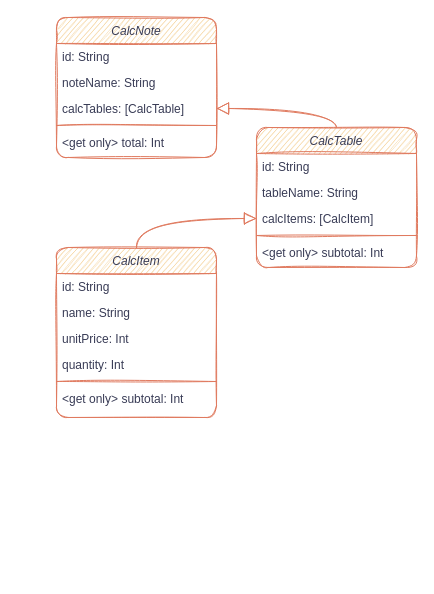
Above: UML_for_SumCalculator.drawio in terry-private/SumCalculator (draw.io), before the change. Source tidied: cells renumbered, new cells numbered last; positions are measured from the earlier drawing's top-left corner, leaving out a move shared by most shapes. Both pictures are drawn from the tidied source at 100%, with x=0, y=0 at pixel (56, 17).
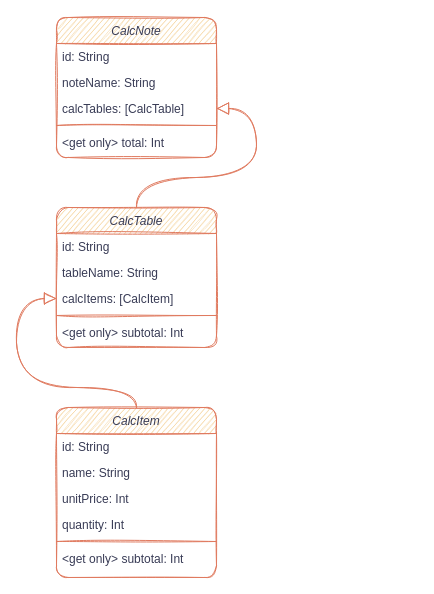
After the change.

The change refers to these unchanged cells:
```xml
<mxCell id="5" value="calcItems: [CalcItem]" style="text;align=left;verticalAlign=top;spacingLeft=4;spacingRight=4;overflow=hidden;points=[[0,0.5],[1,0.5]];portConstraint=eastwest;shadow=0;html=0;fontColor=#393C56;sketch=1;rounded=1;" parent="2" vertex="1">
  <mxGeometry y="78" width="160" height="26" as="geometry" />
</mxCell>
<mxCell id="19" value="calcTables: [CalcTable]" style="text;align=left;verticalAlign=top;spacingLeft=4;spacingRight=4;overflow=hidden;points=[[0,0.5],[1,0.5]];portConstraint=eastwest;fontColor=#393C56;sketch=1;rounded=1;" parent="16" vertex="1">
  <mxGeometry y="78" width="160" height="26" as="geometry" />
</mxCell>
```

Diff of the diagram source:
```diff
@@
     <mxCell id="2" value="CalcTable" style="swimlane;fontStyle=2;align=center;verticalAlign=top;horizontal=1;startSize=26;shadow=0;strokeWidth=1;fillColor=#F2CC8F;strokeColor=#E07A5F;fontColor=#393C56;sketch=1;rounded=1;" parent="1" vertex="1">
-      <mxGeometry x="200" y="110" width="160" height="140" as="geometry" />
+      <mxGeometry y="190" width="160" height="140" as="geometry" />
     </mxCell>
@@
     <mxCell id="8" value="CalcItem" style="swimlane;fontStyle=2;align=center;verticalAlign=top;horizontal=1;startSize=26;shadow=0;strokeWidth=1;fillColor=#F2CC8F;strokeColor=#E07A5F;fontColor=#393C56;sketch=1;rounded=1;" parent="1" vertex="1">
-      <mxGeometry y="230" width="160" height="170" as="geometry" />
+      <mxGeometry y="390" width="160" height="170" as="geometry" />
     </mxCell>
@@
     <mxCell id="15" style="endArrow=block;endSize=10;endFill=0;shadow=0;strokeWidth=1;labelBackgroundColor=#F4F1DE;strokeColor=#E07A5F;fontColor=#393C56;sketch=1;entryX=0;entryY=0.5;entryDx=0;entryDy=0;exitX=0.5;exitY=0;exitDx=0;exitDy=0;edgeStyle=orthogonalEdgeStyle;elbow=vertical;curved=1;" parent="1" edge="1" source="8" target="5">
-      <mxGeometry relative="1" as="geometry" />
+      <mxGeometry relative="1" as="geometry">
+        <Array as="points">
+          <mxPoint x="80" y="370" />
+          <mxPoint x="-40" y="370" />
+          <mxPoint x="-40" y="281" />
+        </Array>
+      </mxGeometry>
     </mxCell>
@@
-    <mxCell id="22" style="endArrow=block;endSize=10;endFill=0;shadow=0;strokeWidth=1;labelBackgroundColor=#F4F1DE;strokeColor=#E07A5F;fontColor=#393C56;sketch=1;exitX=0.5;exitY=0;exitDx=0;exitDy=0;edgeStyle=orthogonalEdgeStyle;entryX=1;entryY=0.5;entryDx=0;entryDy=0;curved=1;" parent="1" edge="1" source="2" target="19">
-      <mxGeometry relative="1" as="geometry" />
+    <mxCell id="22" style="endArrow=block;endSize=10;endFill=0;shadow=0;strokeWidth=1;labelBackgroundColor=#F4F1DE;strokeColor=#E07A5F;fontColor=#393C56;sketch=1;edgeStyle=orthogonalEdgeStyle;entryX=1;entryY=0.5;entryDx=0;entryDy=0;exitX=0.5;exitY=0;exitDx=0;exitDy=0;curved=1;" parent="1" edge="1" source="2" target="19">
+      <mxGeometry relative="1" as="geometry">
+        <Array as="points">
+          <mxPoint x="80" y="160" />
+          <mxPoint x="200" y="160" />
+          <mxPoint x="200" y="91" />
+        </Array>
+      </mxGeometry>
     </mxCell>
```
